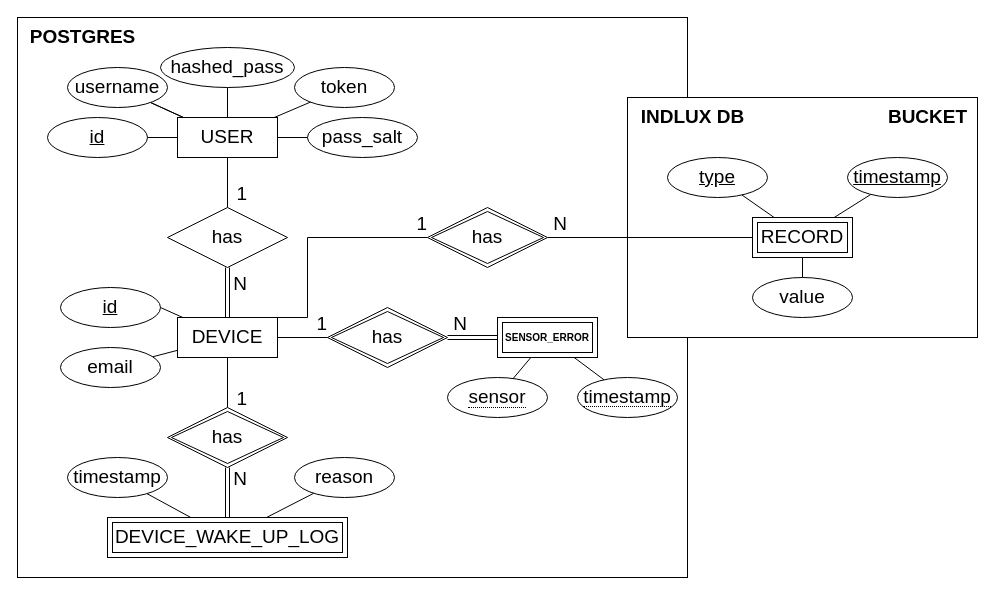
MiguelRocha2001/PS-Monitor-IoT-System keeps this draw.io diagram as Diagrams/Combined DB Diagram.drawio. Above is the earlier version. Source tidied: cells renumbered, new cells numbered last; positions are measured from the earlier drawing's top-left corner, leaving out a move shared by most shapes. Both pictures are drawn from the tidied source at 100%, with x=0, y=0 at pixel (17, 17).
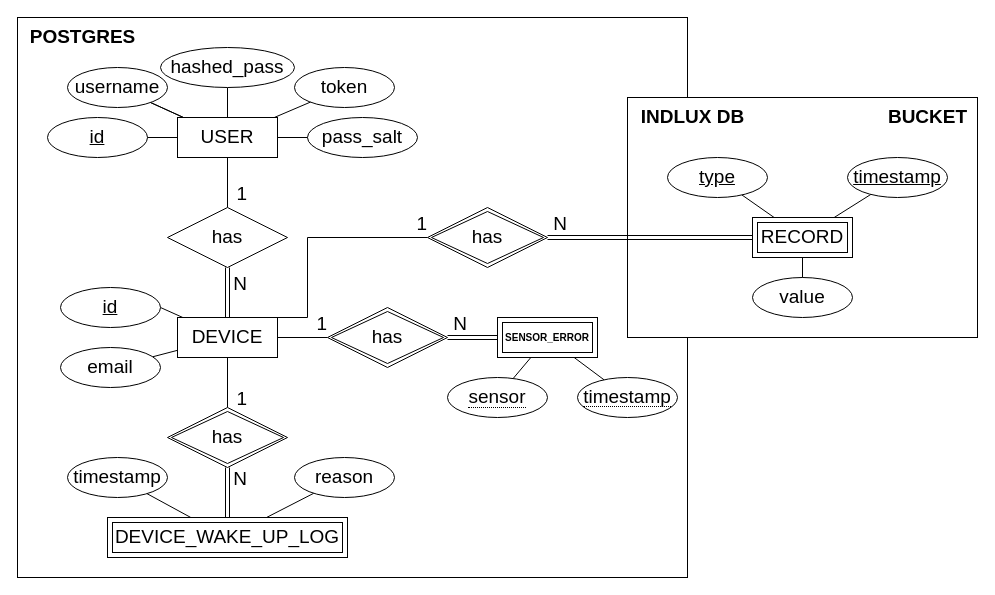
After the change.

Unchanged cells that the change refers to:
```xml
<mxCell id="59" value="RECORD" style="shape=ext;margin=3;double=1;whiteSpace=wrap;html=1;align=center;fontSize=19;" parent="1" vertex="1">
  <mxGeometry x="735" y="200" width="100" height="40" as="geometry" />
</mxCell>
<mxCell id="60" value="has" style="shape=rhombus;double=1;perimeter=rhombusPerimeter;whiteSpace=wrap;html=1;align=center;fontSize=19;" parent="1" vertex="1">
  <mxGeometry x="410" y="190" width="120" height="60" as="geometry" />
</mxCell>
```

Diff of the diagram source:
```diff
@@
-    <mxCell id="56" style="edgeStyle=orthogonalEdgeStyle;rounded=0;jettySize=auto;html=1;endArrow=none;endFill=0;" parent="1" edge="1" source="60" target="59">
+    <mxCell id="56" style="edgeStyle=orthogonalEdgeStyle;rounded=0;jettySize=auto;html=1;endArrow=none;endFill=0;shape=link;" parent="1" edge="1" source="60" target="59">
       <mxGeometry relative="1" as="geometry" />
     </mxCell>
```
